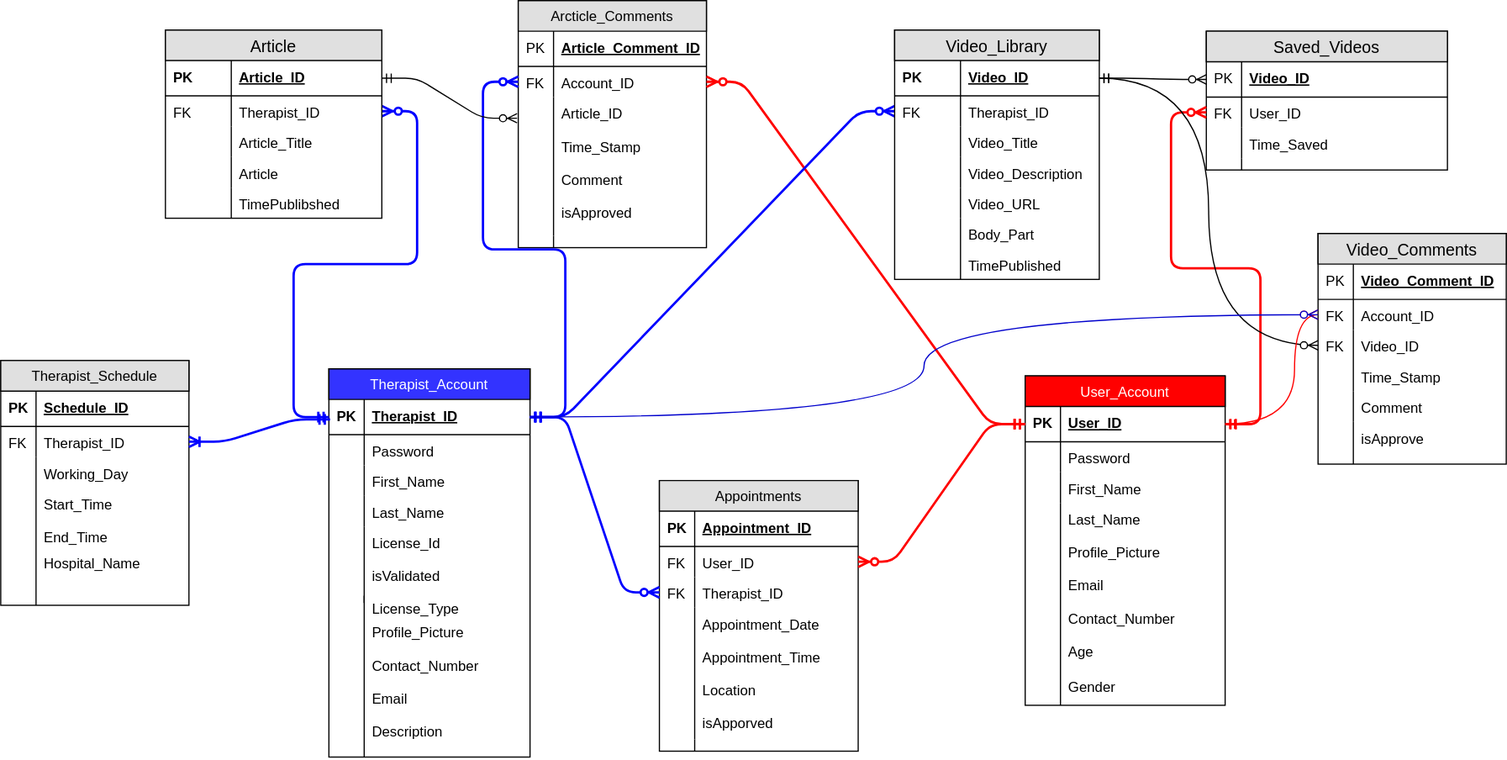
Above: ERD.svg in Brian784/MyPhysicalTherapist (draw.io), before the change. Source tidied: cells renumbered, new cells last; positions are measured from the earlier drawing's top-left corner, leaving out a move shared by most shapes.
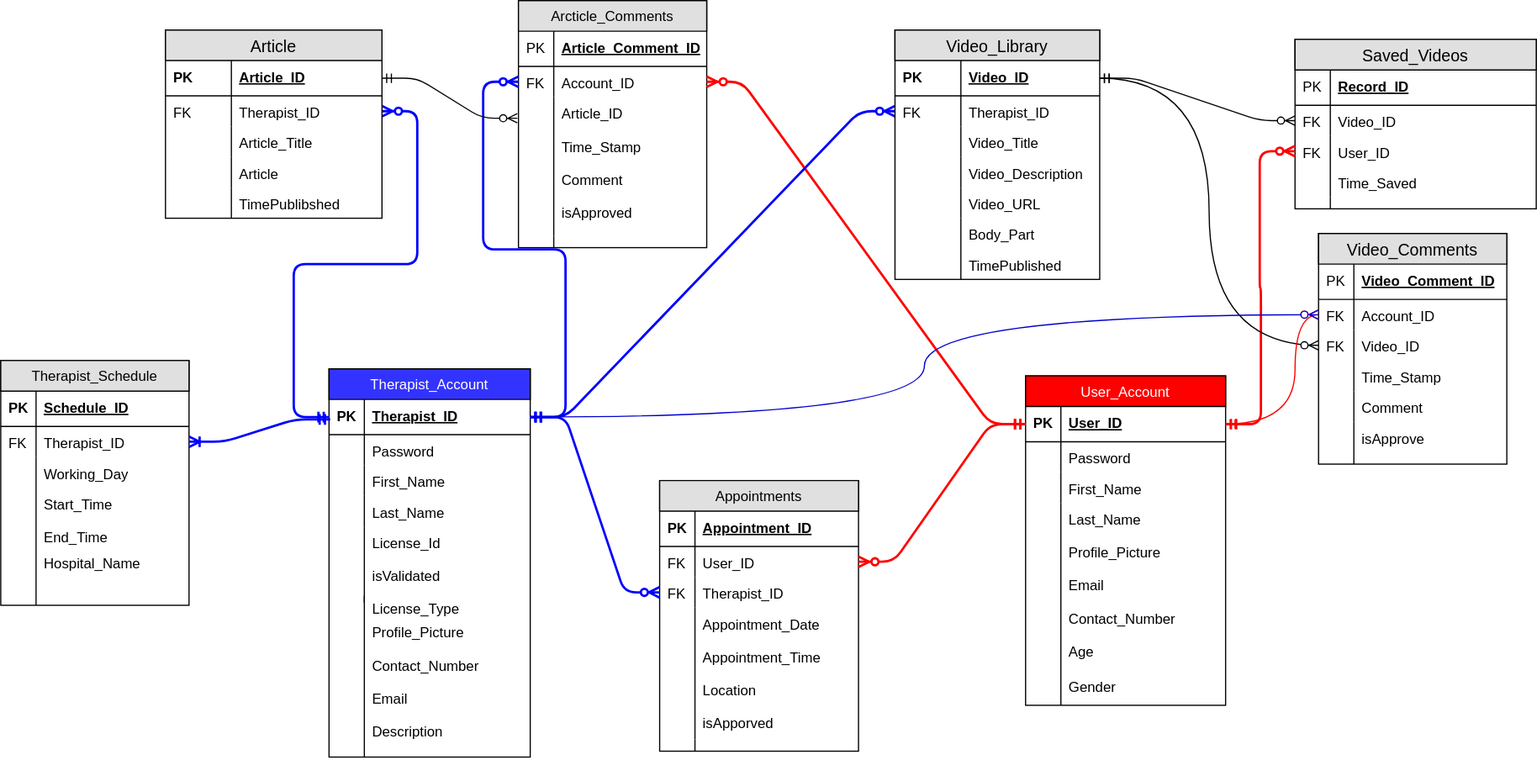
Later version of the same file.

Change to the diagram source:
```diff
@@ -280,36 +280,42 @@
       <mxGeometry relative="1" as="geometry" />
     </mxCell>
     <mxCell id="93" value="Saved_Videos" style="swimlane;fontStyle=0;horizontal=1;startSize=26;fillColor=#e0e0e0;swimlaneFillColor=#ffffff;align=center;fontSize=14;" parent="1" vertex="1">
-      <mxGeometry x="1025" y="26" width="205" height="118" as="geometry" />
+      <mxGeometry x="1100" y="33" width="205" height="144" as="geometry" />
     </mxCell>
-    <mxCell id="94" value="Video_ID" style="shape=partialRectangle;top=0;left=0;right=0;bottom=1;align=left;verticalAlign=middle;fillColor=none;spacingLeft=34;spacingRight=4;overflow=hidden;points=[[0,0.5],[1,0.5]];portConstraint=eastwest;fontStyle=5;fontSize=12;" parent="93" vertex="1">
+    <mxCell id="94" value="Record_ID" style="shape=partialRectangle;top=0;left=0;right=0;bottom=1;align=left;verticalAlign=middle;fillColor=none;spacingLeft=34;spacingRight=4;overflow=hidden;points=[[0,0.5],[1,0.5]];portConstraint=eastwest;fontStyle=5;fontSize=12;" parent="93" vertex="1">
       <mxGeometry y="26" width="205" height="30" as="geometry" />
     </mxCell>
     <mxCell id="95" value="PK FK" style="shape=partialRectangle;top=0;left=0;bottom=0;fillColor=none;align=left;verticalAlign=middle;spacingLeft=4;spacingRight=4;overflow=hidden;fontSize=12;" parent="94" vertex="1">
       <mxGeometry width="30" height="30" as="geometry" />
     </mxCell>
-    <mxCell id="96" value="User_ID" style="shape=partialRectangle;top=0;left=0;right=0;bottom=0;align=left;verticalAlign=top;fillColor=none;spacingLeft=34;spacingRight=4;overflow=hidden;points=[[0,0.5],[1,0.5]];portConstraint=eastwest;fontSize=12;" parent="93" vertex="1">
+    <mxCell id="96" value="Video_ID" style="shape=partialRectangle;top=0;left=0;right=0;bottom=0;align=left;verticalAlign=top;fillColor=none;spacingLeft=34;spacingRight=4;overflow=hidden;points=[[0,0.5],[1,0.5]];portConstraint=eastwest;fontSize=12;" parent="93" vertex="1">
       <mxGeometry y="56" width="205" height="26" as="geometry" />
     </mxCell>
     <mxCell id="97" value="FK" style="shape=partialRectangle;top=0;left=0;bottom=0;fillColor=none;align=left;verticalAlign=top;spacingLeft=4;spacingRight=4;overflow=hidden;fontSize=12;" parent="96" vertex="1">
       <mxGeometry width="30" height="26" as="geometry" />
     </mxCell>
+    <mxCell id="122" value="User_ID" style="shape=partialRectangle;top=0;left=0;right=0;bottom=0;align=left;verticalAlign=top;fillColor=none;spacingLeft=34;spacingRight=4;overflow=hidden;points=[[0,0.5],[1,0.5]];portConstraint=eastwest;fontSize=12;" parent="93" vertex="1">
+      <mxGeometry y="82" width="205" height="26" as="geometry" />
+    </mxCell>
+    <mxCell id="123" value="FK" style="shape=partialRectangle;top=0;left=0;bottom=0;fillColor=none;align=left;verticalAlign=top;spacingLeft=4;spacingRight=4;overflow=hidden;fontSize=12;" parent="122" vertex="1">
+      <mxGeometry width="30" height="26" as="geometry" />
+    </mxCell>
     <mxCell id="98" value="Time_Saved" style="shape=partialRectangle;top=0;left=0;right=0;bottom=0;align=left;verticalAlign=top;fillColor=none;spacingLeft=34;spacingRight=4;overflow=hidden;fontSize=12;" parent="93" vertex="1">
-      <mxGeometry y="82" width="205" height="26" as="geometry" />
+      <mxGeometry y="108" width="205" height="26" as="geometry" />
     </mxCell>
     <mxCell id="99" style="shape=partialRectangle;top=0;left=0;bottom=0;fillColor=none;align=left;verticalAlign=top;spacingLeft=4;spacingRight=4;overflow=hidden;fontSize=12;" parent="98" vertex="1">
       <mxGeometry width="30" height="26" as="geometry" />
     </mxCell>
     <mxCell id="100" style="shape=partialRectangle;top=0;left=0;right=0;bottom=0;align=left;verticalAlign=top;fillColor=none;spacingLeft=34;spacingRight=4;overflow=hidden;fontSize=12;" parent="93" vertex="1">
-      <mxGeometry y="108" width="205" height="10" as="geometry" />
+      <mxGeometry y="134" width="205" height="10" as="geometry" />
     </mxCell>
     <mxCell id="101" style="shape=partialRectangle;top=0;left=0;bottom=0;fillColor=none;align=left;verticalAlign=top;spacingLeft=4;spacingRight=4;overflow=hidden;fontSize=12;" parent="100" vertex="1">
       <mxGeometry width="30" height="10" as="geometry" />
     </mxCell>
-    <mxCell id="102" style="edgeStyle=entityRelationEdgeStyle;fontSize=12;html=1;endArrow=ERzeroToMany;exitX=1;exitY=0.5;entryX=0;entryY=0.5;strokeColor=#FF0000;startArrow=ERmandOne;startFill=0;endFill=1;strokeWidth=2;" parent="1" edge="1" source="27" target="96">
+    <mxCell id="102" style="edgeStyle=entityRelationEdgeStyle;fontSize=12;html=1;endArrow=ERzeroToMany;exitX=1;exitY=0.5;entryX=0;entryY=0.5;strokeColor=#FF0000;startArrow=ERmandOne;startFill=0;endFill=1;strokeWidth=2;" parent="1" edge="1" source="27" target="122">
       <mxGeometry relative="1" as="geometry" />
     </mxCell>
-    <mxCell id="103" style="edgeStyle=entityRelationEdgeStyle;fontSize=12;html=1;endArrow=ERzeroToMany;startArrow=ERmandOne;strokeColor=#000000;exitX=1;exitY=0.5;entryX=0;entryY=0.5;startFill=0;endFill=1;" parent="1" edge="1" source="67" target="94">
+    <mxCell id="103" style="edgeStyle=entityRelationEdgeStyle;fontSize=12;html=1;endArrow=ERzeroToMany;startArrow=ERmandOne;strokeColor=#000000;exitX=1;exitY=0.5;entryX=0;entryY=0.5;startFill=0;endFill=1;" parent="1" edge="1" source="67" target="96">
       <mxGeometry relative="1" as="geometry" />
     </mxCell>
     <mxCell id="104" value="Video_Comments" style="swimlane;fontStyle=0;horizontal=1;startSize=26;fillColor=#e0e0e0;swimlaneFillColor=#ffffff;align=center;fontSize=14;" parent="1" vertex="1">
```
